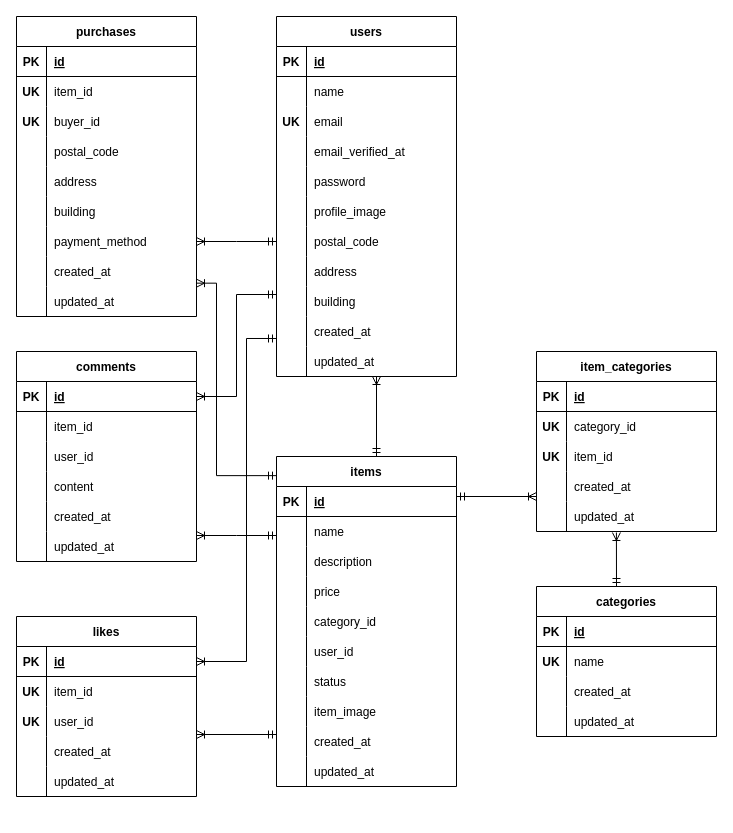
This is diagram.drawio from ichiki925/flea-market-app, a draw.io file, before an edit. Source tidied: cells renumbered, new cells numbered last; positions are measured from the earlier drawing's top-left corner, leaving out a move shared by most shapes. Both pictures are drawn from the tidied source at 100%, with x=0, y=0 at pixel (16, 16).
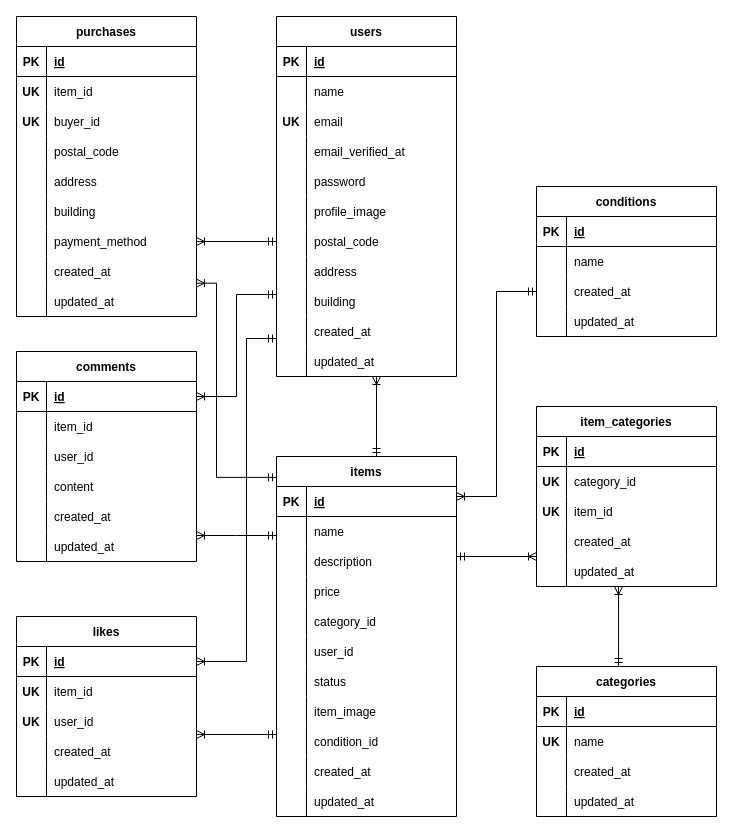
The same diagram, later.

Commit message:
ER図conditionsテーブル追加

The change refers to these unchanged cells:
```xml
<mxCell id="124" style="shape=tableRow;horizontal=0;startSize=0;swimlaneHead=0;swimlaneBody=0;fillColor=none;top=0;left=0;right=0;bottom=0;" parent="99" vertex="1">
  <mxGeometry y="270" width="180" height="30" as="geometry" />
</mxCell>
<mxCell id="127" style="shape=tableRow;horizontal=0;startSize=0;swimlaneHead=0;swimlaneBody=0;fillColor=none;top=0;left=0;right=0;bottom=0;" parent="99" vertex="1">
  <mxGeometry y="300" width="180" height="30" as="geometry" />
</mxCell>
```

The edit, as a diff of the source:
```diff
@@
     <mxCell id="99" value="items" style="shape=table;startSize=30;childLayout=tableLayout;rowLines=0;fontStyle=1;align=center;" parent="1" vertex="1">
-      <mxGeometry x="260" y="440" width="180" height="330" as="geometry" />
+      <mxGeometry x="260" y="440" width="180" height="360" as="geometry" />
     </mxCell>
@@
-    <mxCell id="126" value="created_at" style="shape=partialRectangle;fillColor=none;top=0;left=0;bottom=0;right=0;align=left;spacingLeft=6;overflow=hidden;" parent="124" vertex="1">
+    <mxCell id="126" value="condition_id" style="shape=partialRectangle;fillColor=none;top=0;left=0;bottom=0;right=0;align=left;spacingLeft=6;overflow=hidden;" parent="124" vertex="1">
       <mxGeometry x="30" width="150" height="30" as="geometry" />
     </mxCell>
@@
-    <mxCell id="129" value="updated_at" style="shape=partialRectangle;fillColor=none;top=0;left=0;bottom=0;right=0;align=left;spacingLeft=6;overflow=hidden;" parent="127" vertex="1">
+    <mxCell id="129" value="created_at" style="shape=partialRectangle;fillColor=none;top=0;left=0;bottom=0;right=0;align=left;spacingLeft=6;overflow=hidden;" parent="127" vertex="1">
       <mxGeometry x="30" width="150" height="30" as="geometry" />
     </mxCell>
-    <mxCell id="130" value="item_categories" style="shape=table;startSize=30;childLayout=tableLayout;rowLines=0;fontStyle=1;align=center;" parent="1" vertex="1">
-      <mxGeometry x="520" y="335" width="180" height="180" as="geometry" />
-    </mxCell>
-    <mxCell id="131" style="shape=tableRow;horizontal=0;startSize=0;swimlaneHead=0;swimlaneBody=0;fillColor=none;top=0;left=0;right=0;bottom=1;" parent="130" vertex="1">
-      <mxGeometry y="30" width="180" height="30" as="geometry" />
-    </mxCell>
-    <mxCell id="132" value="PK" style="shape=partialRectangle;fillColor=none;top=0;left=0;bottom=0;right=0;fontStyle=1;overflow=hidden;" parent="131" vertex="1">
-      <mxGeometry width="30" height="30" as="geometry" />
-    </mxCell>
-    <mxCell id="133" value="id" style="shape=partialRectangle;fillColor=none;top=0;left=0;bottom=0;right=0;align=left;spacingLeft=6;fontStyle=5;overflow=hidden;" parent="131" vertex="1">
-      <mxGeometry x="30" width="150" height="30" as="geometry" />
-    </mxCell>
-    <mxCell id="134" style="shape=tableRow;horizontal=0;startSize=0;swimlaneHead=0;swimlaneBody=0;fillColor=none;top=0;left=0;right=0;bottom=0;" parent="130" vertex="1">
-      <mxGeometry y="60" width="180" height="30" as="geometry" />
-    </mxCell>
-    <mxCell id="135" value="UK" style="shape=partialRectangle;fillColor=none;top=0;left=0;bottom=0;right=0;overflow=hidden;fontStyle=1;" parent="134" vertex="1">
-      <mxGeometry width="30" height="30" as="geometry" />
-    </mxCell>
-    <mxCell id="136" value="category_id" style="shape=partialRectangle;fillColor=none;top=0;left=0;bottom=0;right=0;align=left;spacingLeft=6;overflow=hidden;" parent="134" vertex="1">
-      <mxGeometry x="30" width="150" height="30" as="geometry" />
-    </mxCell>
-    <mxCell id="137" style="shape=tableRow;horizontal=0;startSize=0;swimlaneHead=0;swimlaneBody=0;fillColor=none;top=0;left=0;right=0;bottom=0;" parent="130" vertex="1">
-      <mxGeometry y="90" width="180" height="30" as="geometry" />
-    </mxCell>
-    <mxCell id="138" value="UK" style="shape=partialRectangle;fillColor=none;top=0;left=0;bottom=0;right=0;overflow=hidden;fontStyle=1;" parent="137" vertex="1">
-      <mxGeometry width="30" height="30" as="geometry" />
-    </mxCell>
-    <mxCell id="139" value="item_id" style="shape=partialRectangle;fillColor=none;top=0;left=0;bottom=0;right=0;align=left;spacingLeft=6;overflow=hidden;" parent="137" vertex="1">
-      <mxGeometry x="30" width="150" height="30" as="geometry" />
-    </mxCell>
-    <mxCell id="140" style="shape=tableRow;horizontal=0;startSize=0;swimlaneHead=0;swimlaneBody=0;fillColor=none;top=0;left=0;right=0;bottom=0;" parent="130" vertex="1">
-      <mxGeometry y="120" width="180" height="30" as="geometry" />
-    </mxCell>
-    <mxCell id="141" style="shape=partialRectangle;fillColor=none;top=0;left=0;bottom=0;right=0;overflow=hidden;" parent="140" vertex="1">
-      <mxGeometry width="30" height="30" as="geometry" />
-    </mxCell>
-    <mxCell id="142" value="created_at" style="shape=partialRectangle;fillColor=none;top=0;left=0;bottom=0;right=0;align=left;spacingLeft=6;overflow=hidden;" parent="140" vertex="1">
-      <mxGeometry x="30" width="150" height="30" as="geometry" />
-    </mxCell>
-    <mxCell id="143" style="shape=tableRow;horizontal=0;startSize=0;swimlaneHead=0;swimlaneBody=0;fillColor=none;points=[[0,0.5],[1,0.5]];portConstraint=eastwest;top=0;left=0;right=0;bottom=0;" parent="130" vertex="1">
-      <mxGeometry y="150" width="180" height="30" as="geometry" />
-    </mxCell>
-    <mxCell id="144" style="shape=partialRectangle;fillColor=none;top=0;left=0;bottom=0;right=0;overflow=hidden;" parent="143" vertex="1">
-      <mxGeometry width="30" height="30" as="geometry" />
-    </mxCell>
-    <mxCell id="145" value="updated_at" style="shape=partialRectangle;fillColor=none;top=0;left=0;bottom=0;right=0;align=left;spacingLeft=6;overflow=hidden;" parent="143" vertex="1">
-      <mxGeometry x="30" width="150" height="30" as="geometry" />
-    </mxCell>
+    <mxCell id="168" style="shape=tableRow;horizontal=0;startSize=0;swimlaneHead=0;swimlaneBody=0;fillColor=none;top=0;left=0;right=0;bottom=0;" parent="99" vertex="1">
+      <mxGeometry y="330" width="180" height="30" as="geometry" />
+    </mxCell>
+    <mxCell id="169" style="shape=partialRectangle;fillColor=none;top=0;left=0;bottom=0;right=0;overflow=hidden;" parent="168" vertex="1">
+      <mxGeometry width="30" height="30" as="geometry" />
+    </mxCell>
+    <mxCell id="170" value="updated_at" style="shape=partialRectangle;fillColor=none;top=0;left=0;bottom=0;right=0;align=left;spacingLeft=6;overflow=hidden;" parent="168" vertex="1">
+      <mxGeometry x="30" width="150" height="30" as="geometry" />
+    </mxCell>
     <mxCell id="146" value="categories" style="shape=table;startSize=30;childLayout=tableLayout;rowLines=0;fontStyle=1;align=center;" parent="1" vertex="1">
-      <mxGeometry x="520" y="570" width="180" height="150" as="geometry" />
+      <mxGeometry x="520" y="650" width="180" height="150" as="geometry" />
     </mxCell>
@@
     <mxCell id="160" style="fontSize=12;html=1;endArrow=ERoneToMany;startArrow=ERmandOne;rounded=0;" parent="1" edge="1">
       <mxGeometry relative="1" as="geometry">
-        <mxPoint x="440" y="480" as="sourcePoint" />
-        <mxPoint x="520" y="480" as="targetPoint" />
+        <mxPoint x="440" y="540" as="sourcePoint" />
+        <mxPoint x="520" y="540" as="targetPoint" />
       </mxGeometry>
     </mxCell>
-    <mxCell id="161" style="fontSize=12;html=1;endArrow=ERoneToMany;startArrow=ERmandOne;rounded=0;entryX=0.444;entryY=1.033;entryDx=0;entryDy=0;entryPerimeter=0;" parent="1" edge="1" target="143">
+    <mxCell id="161" style="fontSize=12;html=1;endArrow=ERoneToMany;startArrow=ERmandOne;rounded=0;exitX=0.456;exitY=0;exitDx=0;exitDy=0;exitPerimeter=0;" parent="1" edge="1" source="146">
       <mxGeometry relative="1" as="geometry">
-        <mxPoint x="600" y="570" as="sourcePoint" />
+        <mxPoint x="602" y="570" as="targetPoint" />
       </mxGeometry>
     </mxCell>
@@
+    <mxCell id="171" value="conditions" style="shape=table;startSize=30;childLayout=tableLayout;rowLines=0;fontStyle=1;align=center;" parent="1" vertex="1">
+      <mxGeometry x="520" y="170" width="180" height="150" as="geometry" />
+    </mxCell>
+    <mxCell id="172" style="shape=tableRow;horizontal=0;startSize=0;swimlaneHead=0;swimlaneBody=0;fillColor=none;top=0;left=0;right=0;bottom=1;" parent="171" vertex="1">
+      <mxGeometry y="30" width="180" height="30" as="geometry" />
+    </mxCell>
+    <mxCell id="173" value="PK" style="shape=partialRectangle;fillColor=none;top=0;left=0;bottom=0;right=0;fontStyle=1;overflow=hidden;" parent="172" vertex="1">
+      <mxGeometry width="30" height="30" as="geometry" />
+    </mxCell>
+    <mxCell id="174" value="id" style="shape=partialRectangle;fillColor=none;top=0;left=0;bottom=0;right=0;align=left;spacingLeft=6;fontStyle=5;overflow=hidden;" parent="172" vertex="1">
+      <mxGeometry x="30" width="150" height="30" as="geometry" />
+    </mxCell>
+    <mxCell id="175" style="shape=tableRow;horizontal=0;startSize=0;swimlaneHead=0;swimlaneBody=0;fillColor=none;top=0;left=0;right=0;bottom=0;" parent="171" vertex="1">
+      <mxGeometry y="60" width="180" height="30" as="geometry" />
+    </mxCell>
+    <mxCell id="176" style="shape=partialRectangle;fillColor=none;top=0;left=0;bottom=0;right=0;overflow=hidden;" parent="175" vertex="1">
+      <mxGeometry width="30" height="30" as="geometry" />
+    </mxCell>
+    <mxCell id="177" value="name" style="shape=partialRectangle;fillColor=none;top=0;left=0;bottom=0;right=0;align=left;spacingLeft=6;overflow=hidden;" parent="175" vertex="1">
+      <mxGeometry x="30" width="150" height="30" as="geometry" />
+    </mxCell>
+    <mxCell id="178" style="shape=tableRow;horizontal=0;startSize=0;swimlaneHead=0;swimlaneBody=0;fillColor=none;top=0;left=0;right=0;bottom=0;" parent="171" vertex="1">
+      <mxGeometry y="90" width="180" height="30" as="geometry" />
+    </mxCell>
+    <mxCell id="179" style="shape=partialRectangle;fillColor=none;top=0;left=0;bottom=0;right=0;overflow=hidden;" parent="178" vertex="1">
+      <mxGeometry width="30" height="30" as="geometry" />
+    </mxCell>
+    <mxCell id="180" value="created_at" style="shape=partialRectangle;fillColor=none;top=0;left=0;bottom=0;right=0;align=left;spacingLeft=6;overflow=hidden;" parent="178" vertex="1">
+      <mxGeometry x="30" width="150" height="30" as="geometry" />
+    </mxCell>
+    <mxCell id="181" style="shape=tableRow;horizontal=0;startSize=0;swimlaneHead=0;swimlaneBody=0;fillColor=none;top=0;left=0;right=0;bottom=0;" parent="171" vertex="1">
+      <mxGeometry y="120" width="180" height="30" as="geometry" />
+    </mxCell>
+    <mxCell id="182" style="shape=partialRectangle;fillColor=none;top=0;left=0;bottom=0;right=0;overflow=hidden;" parent="181" vertex="1">
+      <mxGeometry width="30" height="30" as="geometry" />
+    </mxCell>
+    <mxCell id="183" value="updated_at" style="shape=partialRectangle;fillColor=none;top=0;left=0;bottom=0;right=0;align=left;spacingLeft=6;overflow=hidden;" parent="181" vertex="1">
+      <mxGeometry x="30" width="150" height="30" as="geometry" />
+    </mxCell>
+    <mxCell id="184" style="edgeStyle=elbowEdgeStyle;fontSize=12;html=1;endArrow=ERoneToMany;startArrow=ERmandOne;rounded=0;" parent="1" edge="1">
+      <mxGeometry relative="1" as="geometry">
+        <mxPoint x="520" y="275" as="sourcePoint" />
+        <mxPoint x="440" y="480" as="targetPoint" />
+      </mxGeometry>
+    </mxCell>
+    <mxCell id="130" value="item_categories" style="shape=table;startSize=30;childLayout=tableLayout;rowLines=0;fontStyle=1;align=center;" parent="1" vertex="1">
+      <mxGeometry x="520" y="390" width="180" height="180" as="geometry" />
+    </mxCell>
+    <mxCell id="185" style="shape=tableRow;horizontal=0;startSize=0;swimlaneHead=0;swimlaneBody=0;fillColor=none;top=0;left=0;right=0;bottom=1;" parent="130" vertex="1">
+      <mxGeometry y="30" width="180" height="30" as="geometry" />
+    </mxCell>
+    <mxCell id="186" value="PK" style="shape=partialRectangle;fillColor=none;top=0;left=0;bottom=0;right=0;fontStyle=1;overflow=hidden;" parent="185" vertex="1">
+      <mxGeometry width="30" height="30" as="geometry" />
+    </mxCell>
+    <mxCell id="187" value="id" style="shape=partialRectangle;fillColor=none;top=0;left=0;bottom=0;right=0;align=left;spacingLeft=6;fontStyle=5;overflow=hidden;" parent="185" vertex="1">
+      <mxGeometry x="30" width="150" height="30" as="geometry" />
+    </mxCell>
+    <mxCell id="188" style="shape=tableRow;horizontal=0;startSize=0;swimlaneHead=0;swimlaneBody=0;fillColor=none;top=0;left=0;right=0;bottom=0;" parent="130" vertex="1">
+      <mxGeometry y="60" width="180" height="30" as="geometry" />
+    </mxCell>
+    <mxCell id="189" value="UK" style="shape=partialRectangle;fillColor=none;top=0;left=0;bottom=0;right=0;overflow=hidden;fontStyle=1;" parent="188" vertex="1">
+      <mxGeometry width="30" height="30" as="geometry" />
+    </mxCell>
+    <mxCell id="136" value="category_id" style="shape=partialRectangle;fillColor=none;top=0;left=0;bottom=0;right=0;align=left;spacingLeft=6;overflow=hidden;" parent="188" vertex="1">
+      <mxGeometry x="30" width="150" height="30" as="geometry" />
+    </mxCell>
+    <mxCell id="190" style="shape=tableRow;horizontal=0;startSize=0;swimlaneHead=0;swimlaneBody=0;fillColor=none;top=0;left=0;right=0;bottom=0;" parent="130" vertex="1">
+      <mxGeometry y="90" width="180" height="30" as="geometry" />
+    </mxCell>
+    <mxCell id="191" value="UK" style="shape=partialRectangle;fillColor=none;top=0;left=0;bottom=0;right=0;overflow=hidden;fontStyle=1;" parent="190" vertex="1">
+      <mxGeometry width="30" height="30" as="geometry" />
+    </mxCell>
+    <mxCell id="139" value="item_id" style="shape=partialRectangle;fillColor=none;top=0;left=0;bottom=0;right=0;align=left;spacingLeft=6;overflow=hidden;" parent="190" vertex="1">
+      <mxGeometry x="30" width="150" height="30" as="geometry" />
+    </mxCell>
+    <mxCell id="192" style="shape=tableRow;horizontal=0;startSize=0;swimlaneHead=0;swimlaneBody=0;fillColor=none;top=0;left=0;right=0;bottom=0;" parent="130" vertex="1">
+      <mxGeometry y="120" width="180" height="30" as="geometry" />
+    </mxCell>
+    <mxCell id="193" style="shape=partialRectangle;fillColor=none;top=0;left=0;bottom=0;right=0;overflow=hidden;" parent="192" vertex="1">
+      <mxGeometry width="30" height="30" as="geometry" />
+    </mxCell>
+    <mxCell id="194" value="created_at" style="shape=partialRectangle;fillColor=none;top=0;left=0;bottom=0;right=0;align=left;spacingLeft=6;overflow=hidden;" parent="192" vertex="1">
+      <mxGeometry x="30" width="150" height="30" as="geometry" />
+    </mxCell>
+    <mxCell id="143" style="shape=tableRow;horizontal=0;startSize=0;swimlaneHead=0;swimlaneBody=0;fillColor=none;points=[[0,0.5],[1,0.5]];portConstraint=eastwest;top=0;left=0;right=0;bottom=0;" parent="130" vertex="1">
+      <mxGeometry y="150" width="180" height="30" as="geometry" />
+    </mxCell>
+    <mxCell id="195" style="shape=partialRectangle;fillColor=none;top=0;left=0;bottom=0;right=0;overflow=hidden;" parent="143" vertex="1">
+      <mxGeometry width="30" height="30" as="geometry" />
+    </mxCell>
+    <mxCell id="196" value="updated_at" style="shape=partialRectangle;fillColor=none;top=0;left=0;bottom=0;right=0;align=left;spacingLeft=6;overflow=hidden;" parent="143" vertex="1">
+      <mxGeometry x="30" width="150" height="30" as="geometry" />
+    </mxCell>
```
